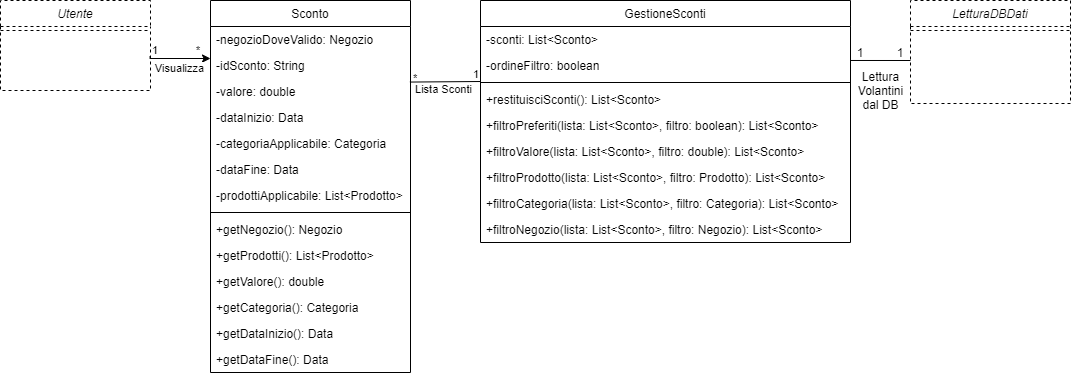
Before: UML/Diagrammi Classi/DiagrammaClassiSconti.png, a diagram exported from draw.io (G15-UniTN/iSpesa). Source tidied: cells renumbered, new cells last; positions are measured from the earlier drawing's top-left corner, leaving out a move shared by most shapes.
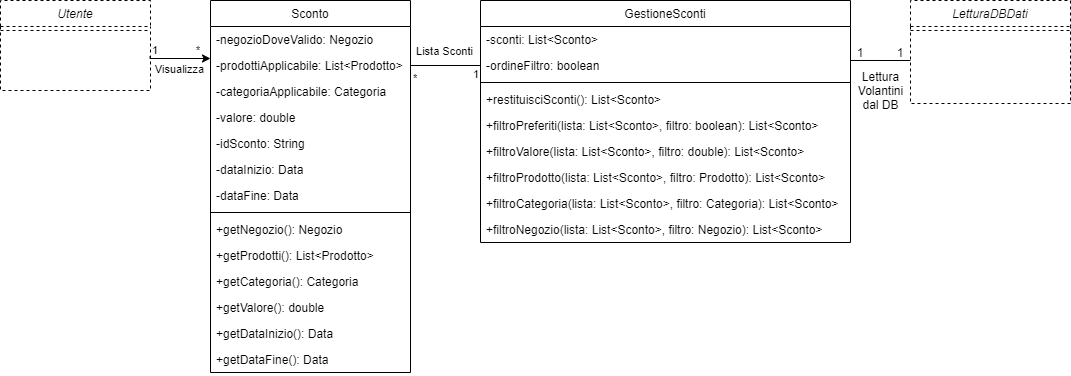
The same file after the commit.

What changed in the source:
```diff
@@ -8,24 +8,24 @@
     <mxCell id="3" value="-negozioDoveValido: Negozio" style="text;align=left;verticalAlign=top;spacingLeft=4;spacingRight=4;overflow=hidden;" parent="2" vertex="1">
       <mxGeometry y="26" width="200" height="26" as="geometry" />
     </mxCell>
+    <mxCell id="9" value="-prodottiApplicabile: List&lt;Prodotto&gt;" style="text;align=left;verticalAlign=top;spacingLeft=4;spacingRight=4;overflow=hidden;points=[[0,0.5],[1,0.5]];portConstraint=eastwest;" parent="2" vertex="1">
+      <mxGeometry y="52" width="200" height="26" as="geometry" />
+    </mxCell>
+    <mxCell id="7" value="-categoriaApplicabile: Categoria" style="text;align=left;verticalAlign=top;spacingLeft=4;spacingRight=4;overflow=hidden;" parent="2" vertex="1">
+      <mxGeometry y="78" width="200" height="26" as="geometry" />
+    </mxCell>
+    <mxCell id="5" value="-valore: double" style="text;align=left;verticalAlign=top;spacingLeft=4;spacingRight=4;overflow=hidden;points=[[0,0.5],[1,0.5]];portConstraint=eastwest;" parent="2" vertex="1">
+      <mxGeometry y="104" width="200" height="26" as="geometry" />
+    </mxCell>
     <mxCell id="4" value="-idSconto: String" style="text;align=left;verticalAlign=top;spacingLeft=4;spacingRight=4;overflow=hidden;" parent="2" vertex="1">
-      <mxGeometry y="52" width="200" height="26" as="geometry" />
+      <mxGeometry y="130" width="200" height="26" as="geometry" />
     </mxCell>
-    <mxCell id="5" value="-valore: double" style="text;align=left;verticalAlign=top;spacingLeft=4;spacingRight=4;overflow=hidden;points=[[0,0.5],[1,0.5]];portConstraint=eastwest;" parent="2" vertex="1">
-      <mxGeometry y="78" width="200" height="26" as="geometry" />
-    </mxCell>
     <mxCell id="6" value="-dataInizio: Data" style="text;align=left;verticalAlign=top;spacingLeft=4;spacingRight=4;overflow=hidden;rounded=0;shadow=0;html=0;" parent="2" vertex="1">
-      <mxGeometry y="104" width="200" height="26" as="geometry" />
+      <mxGeometry y="156" width="200" height="26" as="geometry" />
     </mxCell>
-    <mxCell id="7" value="-categoriaApplicabile: Categoria" style="text;align=left;verticalAlign=top;spacingLeft=4;spacingRight=4;overflow=hidden;" parent="2" vertex="1">
-      <mxGeometry y="130" width="200" height="26" as="geometry" />
-    </mxCell>
     <mxCell id="8" value="-dataFine: Data" style="text;align=left;verticalAlign=top;spacingLeft=4;spacingRight=4;overflow=hidden;rounded=0;shadow=0;html=0;" parent="2" vertex="1">
-      <mxGeometry y="156" width="200" height="26" as="geometry" />
+      <mxGeometry y="182" width="200" height="26" as="geometry" />
     </mxCell>
-    <mxCell id="9" value="-prodottiApplicabile: List&lt;Prodotto&gt;" style="text;align=left;verticalAlign=top;spacingLeft=4;spacingRight=4;overflow=hidden;points=[[0,0.5],[1,0.5]];portConstraint=eastwest;" parent="2" vertex="1">
-      <mxGeometry y="182" width="200" height="26" as="geometry" />
-    </mxCell>
     <mxCell id="10" style="line;html=1;strokeWidth=1;align=left;verticalAlign=middle;spacingTop=-1;spacingLeft=3;spacingRight=3;labelPosition=right;" parent="2" vertex="1">
       <mxGeometry y="208" width="200" height="8" as="geometry" />
     </mxCell>
@@ -35,12 +35,12 @@
     <mxCell id="12" value="+getProdotti(): List&lt;Prodotto&gt;" style="text;align=left;verticalAlign=top;spacingLeft=4;spacingRight=4;overflow=hidden;" parent="2" vertex="1">
       <mxGeometry y="242" width="200" height="26" as="geometry" />
     </mxCell>
+    <mxCell id="14" value="+getCategoria(): Categoria" style="text;align=left;verticalAlign=top;spacingLeft=4;spacingRight=4;overflow=hidden;" parent="2" vertex="1">
+      <mxGeometry y="268" width="200" height="26" as="geometry" />
+    </mxCell>
     <mxCell id="13" value="+getValore(): double" style="text;align=left;verticalAlign=top;spacingLeft=4;spacingRight=4;overflow=hidden;" parent="2" vertex="1">
-      <mxGeometry y="268" width="200" height="26" as="geometry" />
+      <mxGeometry y="294" width="200" height="26" as="geometry" />
     </mxCell>
-    <mxCell id="14" value="+getCategoria(): Categoria" style="text;align=left;verticalAlign=top;spacingLeft=4;spacingRight=4;overflow=hidden;" parent="2" vertex="1">
-      <mxGeometry y="294" width="200" height="26" as="geometry" />
-    </mxCell>
     <mxCell id="15" value="+getDataInizio(): Data" style="text;align=left;verticalAlign=top;spacingLeft=4;spacingRight=4;overflow=hidden;" parent="2" vertex="1">
       <mxGeometry y="320" width="200" height="26" as="geometry" />
     </mxCell>
@@ -114,7 +114,7 @@
       <mxGeometry y="26" width="160" height="8" as="geometry" />
     </mxCell>
     <mxCell id="35" value="Lista Sconti" style="edgeLabel;html=1;align=center;verticalAlign=middle;" parent="1" vertex="1">
-      <mxGeometry x="433" y="134" as="geometry">
+      <mxGeometry x="433" y="95.5" as="geometry">
         <mxPoint x="10" y="-1" as="offset" />
       </mxGeometry>
     </mxCell>
@@ -131,10 +131,8 @@
     <mxCell id="38" value="1" style="text;html=1;strokeColor=none;fillColor=none;align=center;verticalAlign=middle;whiteSpace=wrap;rounded=0;" parent="1" vertex="1">
       <mxGeometry x="840" y="85.5" width="40" height="20" as="geometry" />
     </mxCell>
-    <mxCell id="39" style="endArrow=none;html=1;exitX=0.997;exitY=0.137;exitDx=0;exitDy=0;exitPerimeter=0;" parent="1" edge="1" source="5">
-      <mxGeometry relative="1" as="geometry">
-        <mxPoint x="480" y="125" as="targetPoint" />
-      </mxGeometry>
+    <mxCell id="39" style="endArrow=none;html=1;exitX=1;exitY=0.5;exitDx=0;exitDy=0;entryX=0;entryY=0.5;entryDx=0;entryDy=0;" parent="1" edge="1" source="9" target="19">
+      <mxGeometry relative="1" as="geometry" />
     </mxCell>
     <mxCell id="40" value="Lettura&lt;br&gt;Volantini&lt;br&gt;dal DB" style="text;html=1;align=center;verticalAlign=middle;strokeColor=none;" parent="1" vertex="1">
       <mxGeometry x="850" y="109" width="60" height="50" as="geometry" />
```
